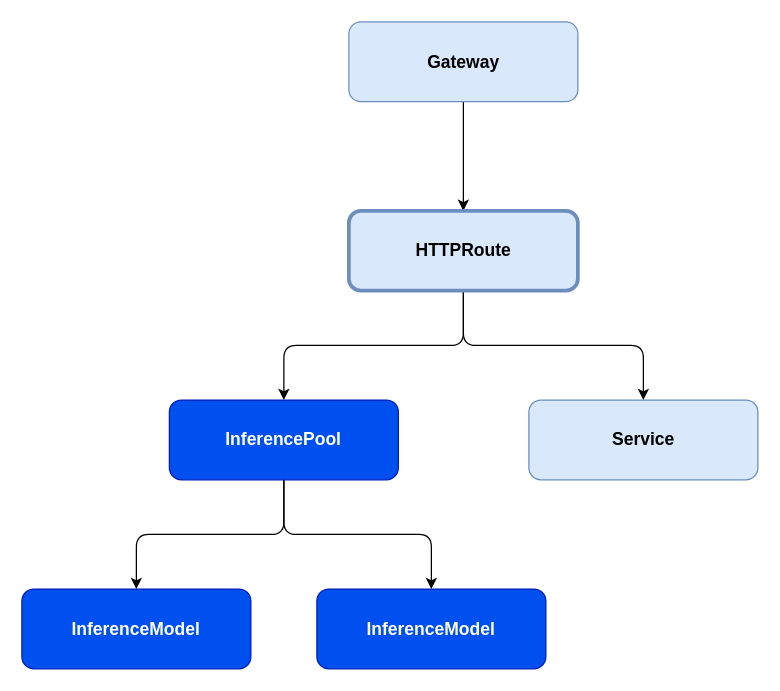
This is page "HTTPRoute + Inference" (3 of 4) of site/blog/2025/diagram-sources/epp-blog-diagrams.drawio from yduwcui/ai-gateway, a draw.io file, before an edit. Source tidied: cells renumbered, new cells numbered last; positions are measured from the earlier drawing's top-left corner, leaving out a move shared by most shapes. Both pictures are drawn from the tidied source at 125%, with x=0, y=0 at pixel (21, 21).
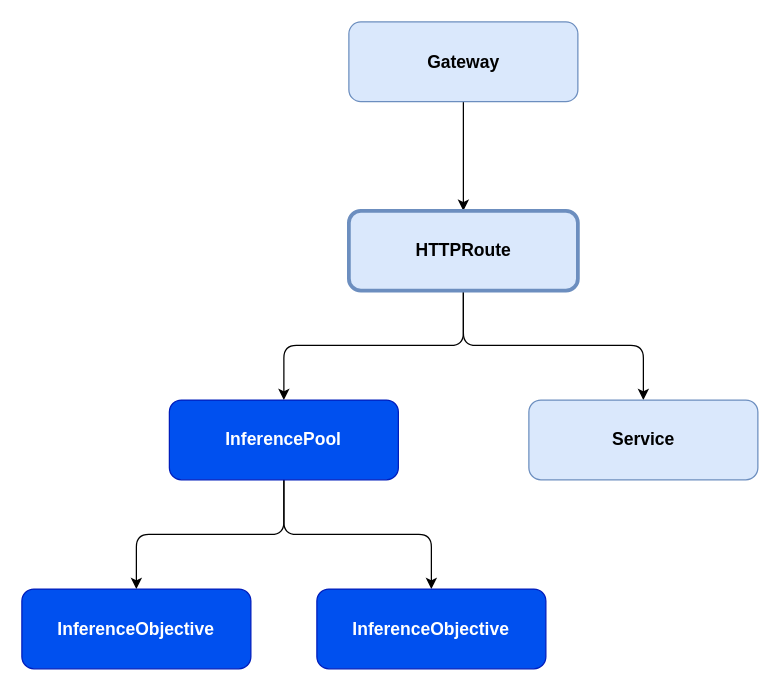
The same diagram, later.

What changed in the source:
```diff
@@
 <mxGraphModel>
   <root>
     <mxCell id="0" />
     <mxCell id="1" parent="0" />
     <mxCell id="2" style="group;" parent="1" vertex="1">
       <mxGeometry width="588.8" height="517.5" as="geometry" />
     </mxCell>
     <mxCell id="3" style="edgeStyle=orthogonalEdgeStyle;rounded=0;jettySize=auto;html=1;exitX=0.5;exitY=1;exitDx=0;exitDy=0;" parent="2" edge="1" source="4" target="7">
       <mxGeometry relative="1" as="geometry" />
     </mxCell>
     <mxCell id="4" value="Gateway" style="rounded=1;whiteSpace=wrap;html=1;fillColor=#dae8fc;strokeColor=#6c8ebf;fontStyle=1;verticalAlign=middle;spacingTop=0;fontSize=14;" parent="2" vertex="1">
       <mxGeometry x="261.6" width="183.2" height="63.8" as="geometry" />
     </mxCell>
     <mxCell id="5" style="edgeStyle=orthogonalEdgeStyle;rounded=1;jettySize=auto;html=1;exitX=0.5;exitY=1;exitDx=0;exitDy=0;curved=0;" parent="2" edge="1" source="7" target="10">
       <mxGeometry relative="1" as="geometry" />
     </mxCell>
     <mxCell id="6" style="edgeStyle=orthogonalEdgeStyle;rounded=1;jettySize=auto;html=1;exitX=0.5;exitY=1;exitDx=0;exitDy=0;curved=0;" parent="2" edge="1" source="7" target="13">
       <mxGeometry relative="1" as="geometry" />
     </mxCell>
     <mxCell id="7" value="HTTPRoute" style="rounded=1;whiteSpace=wrap;html=1;fillColor=#dae8fc;strokeColor=#6c8ebf;fontStyle=1;verticalAlign=middle;spacingTop=0;fontSize=14;strokeWidth=3;" parent="2" vertex="1">
       <mxGeometry x="261.6" y="151.2" width="183.2" height="63.8" as="geometry" />
     </mxCell>
     <mxCell id="8" style="edgeStyle=orthogonalEdgeStyle;rounded=1;jettySize=auto;html=1;exitX=0.5;exitY=1;exitDx=0;exitDy=0;curved=0;" parent="2" edge="1" source="10" target="11">
       <mxGeometry relative="1" as="geometry" />
     </mxCell>
     <mxCell id="9" style="edgeStyle=orthogonalEdgeStyle;rounded=1;jettySize=auto;html=1;exitX=0.5;exitY=1;exitDx=0;exitDy=0;curved=0;" parent="2" edge="1" source="10" target="12">
       <mxGeometry relative="1" as="geometry" />
     </mxCell>
     <mxCell id="10" value="InferencePool" style="rounded=1;whiteSpace=wrap;html=1;fillColor=#0050ef;strokeColor=#001DBC;fontStyle=1;verticalAlign=middle;spacingTop=0;fontSize=14;fontColor=#ffffff;" parent="2" vertex="1">
       <mxGeometry x="118" y="302.5" width="183.2" height="63.8" as="geometry" />
     </mxCell>
-    <mxCell id="11" value="InferenceModel" style="rounded=1;whiteSpace=wrap;html=1;fillColor=#0050ef;strokeColor=#001DBC;fontStyle=1;verticalAlign=middle;spacingTop=0;fontSize=14;fontColor=#ffffff;" parent="2" vertex="1">
+    <mxCell id="11" value="InferenceObjective" style="rounded=1;whiteSpace=wrap;html=1;fillColor=#0050ef;strokeColor=#001DBC;fontStyle=1;verticalAlign=middle;spacingTop=0;fontSize=14;fontColor=#ffffff;" parent="2" vertex="1">
       <mxGeometry y="453.7" width="183.2" height="63.8" as="geometry" />
     </mxCell>
-    <mxCell id="12" value="InferenceModel" style="rounded=1;whiteSpace=wrap;html=1;fillColor=#0050ef;strokeColor=#001DBC;fontStyle=1;verticalAlign=middle;spacingTop=0;fontSize=14;fontColor=#ffffff;" parent="2" vertex="1">
+    <mxCell id="12" value="InferenceObjective" style="rounded=1;whiteSpace=wrap;html=1;fillColor=#0050ef;strokeColor=#001DBC;fontStyle=1;verticalAlign=middle;spacingTop=0;fontSize=14;fontColor=#ffffff;" parent="2" vertex="1">
       <mxGeometry x="236" y="453.7" width="183.2" height="63.8" as="geometry" />
     </mxCell>
     <mxCell id="13" value="Service" style="rounded=1;whiteSpace=wrap;html=1;fillColor=#dae8fc;strokeColor=#6c8ebf;fontStyle=1;verticalAlign=middle;spacingTop=0;fontSize=14;" parent="2" vertex="1">
       <mxGeometry x="405.6" y="302.5" width="183.2" height="63.8" as="geometry" />
     </mxCell>
   </root>
 </mxGraphModel>
```
